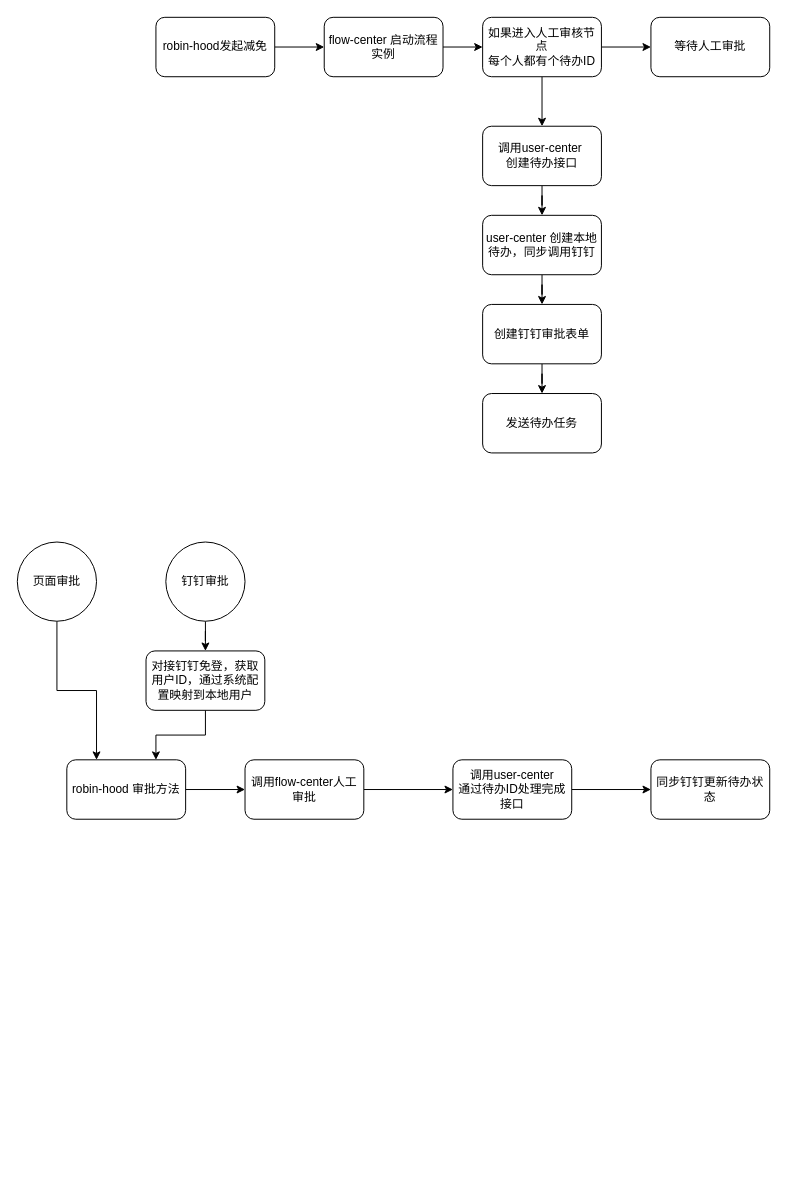
chaomings/simple keeps this draw.io diagram as duijiedingding.drawio. Above is the earlier version. Source tidied: cells renumbered, new cells numbered last; positions are measured from the earlier drawing's top-left corner, leaving out a move shared by most shapes. Both pictures are drawn from the tidied source at 99%, with x=0, y=0 at pixel (17, 17).
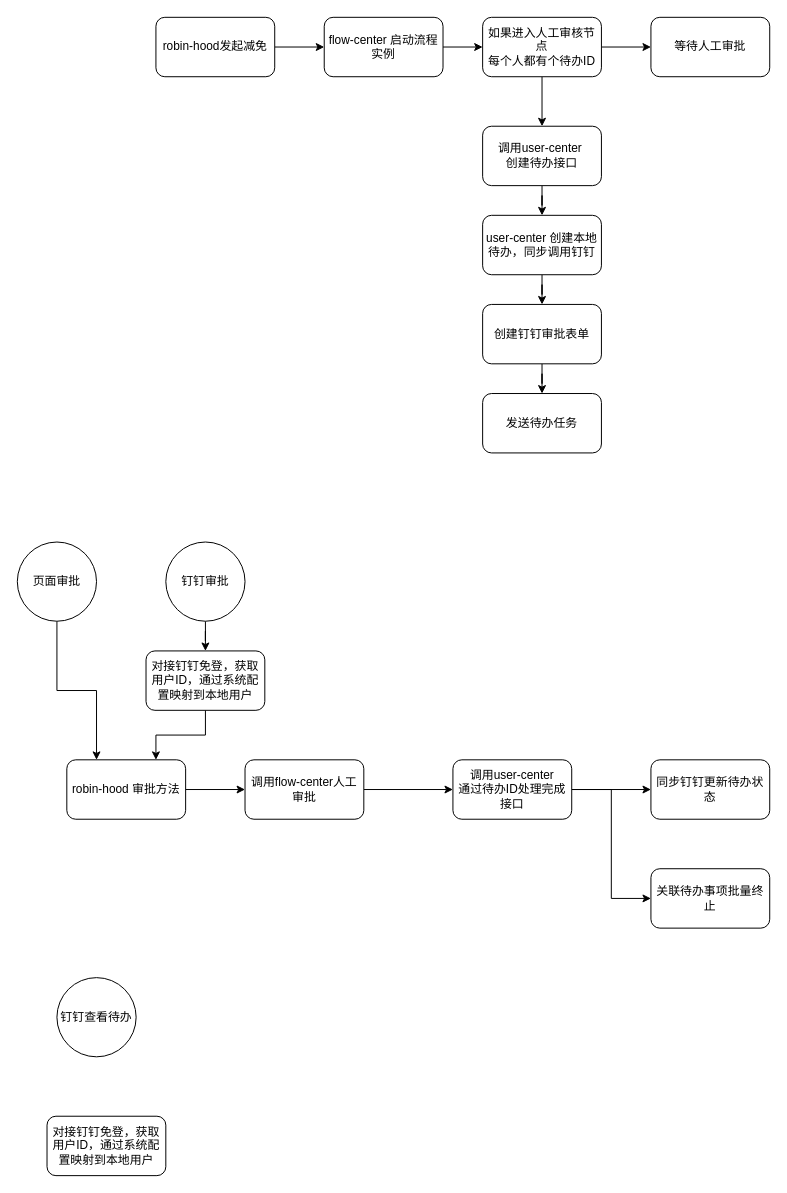
Above is the later version.

Unchanged cells that the change refers to:
```xml
<mxCell id="28" value="调用user-center&lt;br&gt;通过待办ID处理完成接口" style="rounded=1;whiteSpace=wrap;html=1;fontFamily=Helvetica;fontSize=12;fontColor=default;strokeColor=default;fillColor=default;" parent="1" vertex="1">
  <mxGeometry x="440" y="750" width="120" height="60" as="geometry" />
</mxCell>
```

Change to the diagram source:
```diff
@@
+    <mxCell id="30" style="edgeStyle=orthogonalEdgeStyle;rounded=0;jettySize=auto;html=1;entryX=0;entryY=0.5;entryDx=0;entryDy=0;fontFamily=Helvetica;fontSize=12;fontColor=default;" parent="1" edge="1" source="28" target="31">
+      <mxGeometry relative="1" as="geometry" />
+    </mxCell>
@@
+    <mxCell id="31" value="关联待办事项批量终止" style="rounded=1;whiteSpace=wrap;html=1;fontFamily=Helvetica;fontSize=12;fontColor=default;strokeColor=default;fillColor=default;" parent="1" vertex="1">
+      <mxGeometry x="640" y="860" width="120" height="60" as="geometry" />
+    </mxCell>
+    <mxCell id="32" value="钉钉查看待办" style="ellipse;whiteSpace=wrap;html=1;rounded=1;fontFamily=Helvetica;fontSize=12;fontColor=default;strokeColor=default;fillColor=default;" parent="1" vertex="1">
+      <mxGeometry x="40" y="970" width="80" height="80" as="geometry" />
+    </mxCell>
+    <mxCell id="33" value="对接钉钉免登，获取用户ID，通过系统配置映射到本地用户" style="rounded=1;whiteSpace=wrap;html=1;fontFamily=Helvetica;fontSize=12;fontColor=default;strokeColor=default;fillColor=default;" parent="1" vertex="1">
+      <mxGeometry x="30" y="1110" width="120" height="60" as="geometry" />
+    </mxCell>
```
